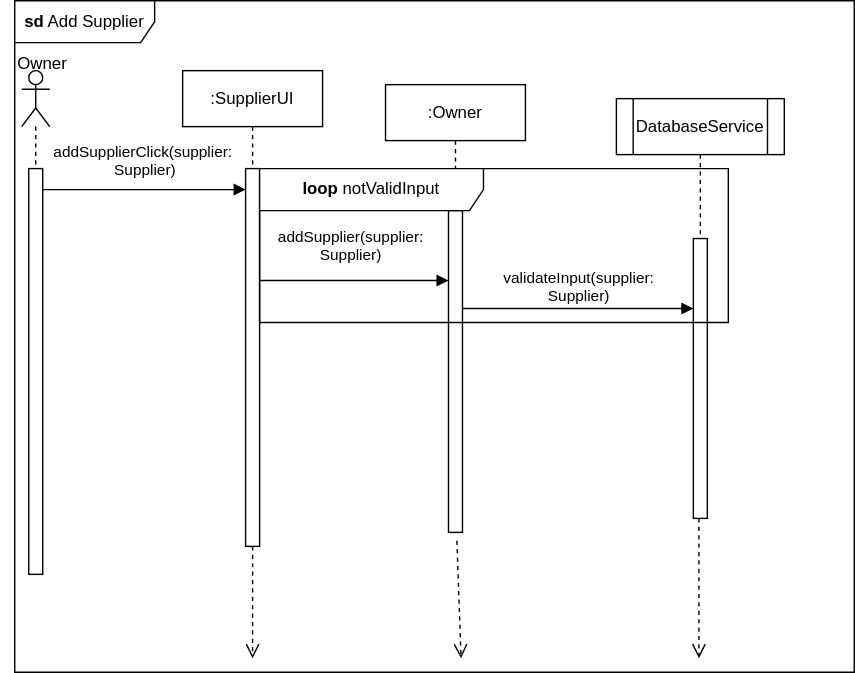
This is Add_supp.svg from Simamkele88/IFM3_GP, a draw.io export, as it was before one commit. Source tidied: cells renumbered, new cells last; positions are measured from the earlier drawing's top-left corner, leaving out a move shared by most shapes.
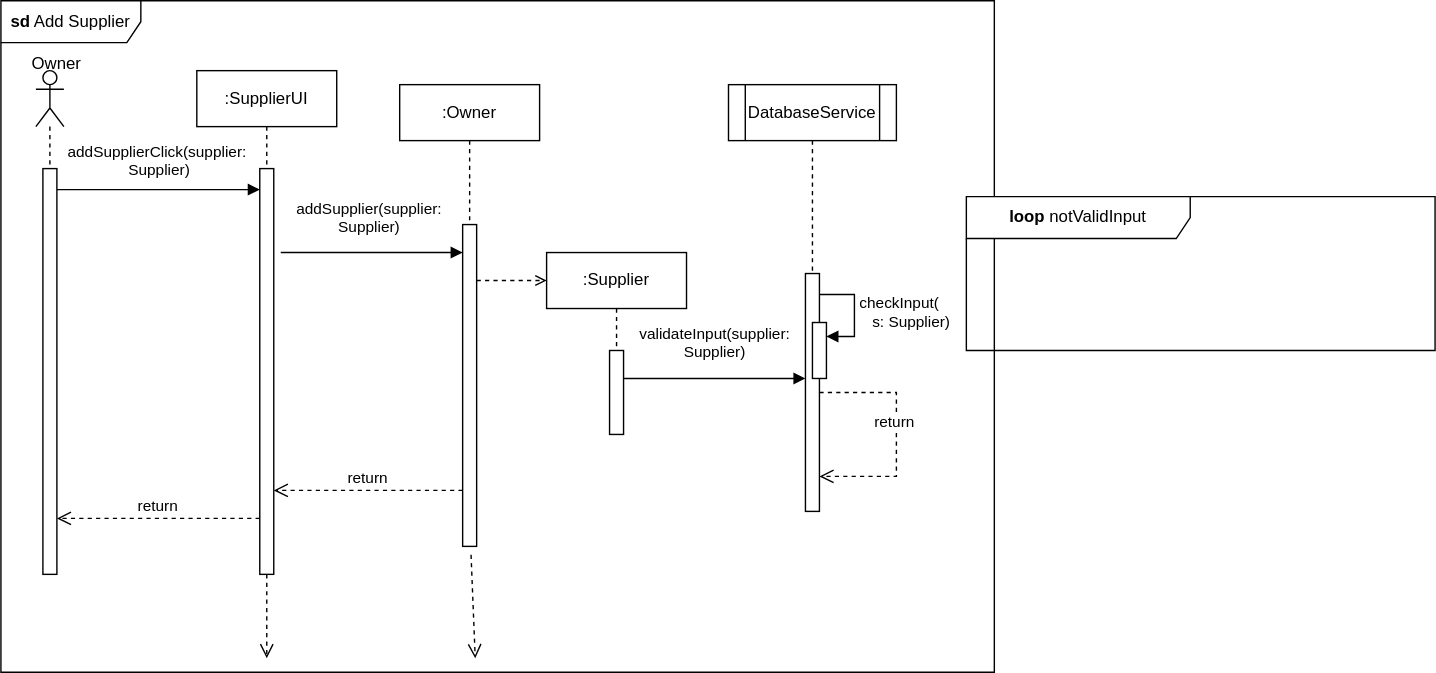
The same file after the commit.

Diff of the diagram source:
```diff
@@ -3,16 +3,16 @@
     <mxCell id="0" />
     <mxCell id="1" parent="0" />
     <mxCell id="2" value="&lt;b&gt;sd&lt;/b&gt; Add Supplier" style="shape=umlFrame;whiteSpace=wrap;html=1;width=100;height=30;" parent="1" vertex="1">
-      <mxGeometry x="10" width="600" height="480" as="geometry" />
+      <mxGeometry x="-10" width="710" height="480" as="geometry" />
     </mxCell>
     <mxCell id="3" style="shape=umlLifeline;perimeter=lifelinePerimeter;whiteSpace=wrap;html=1;newEdgeStyle={&quot;curved&quot;:0,&quot;rounded&quot;:0};participant=umlActor;" parent="1" vertex="1">
       <mxGeometry x="15" y="50" width="20" height="80" as="geometry" />
     </mxCell>
     <mxCell id="4" value=":SupplierUI" style="shape=umlLifeline;perimeter=lifelinePerimeter;whiteSpace=wrap;html=1;newEdgeStyle={&quot;curved&quot;:0,&quot;rounded&quot;:0};" parent="1" vertex="1">
-      <mxGeometry x="130" y="50" width="100" height="340" as="geometry" />
+      <mxGeometry x="130" y="50" width="100" height="360" as="geometry" />
     </mxCell>
     <mxCell id="5" style="html=1;points=[[0,0,0,0,5],[0,1,0,0,-5],[1,0,0,0,5],[1,1,0,0,-5]];perimeter=orthogonalPerimeter;outlineConnect=0;targetShapes=umlLifeline;portConstraint=eastwest;newEdgeStyle={&quot;curved&quot;:0,&quot;rounded&quot;:0};" parent="4" vertex="1">
-      <mxGeometry x="45" y="70" width="10" height="270" as="geometry" />
+      <mxGeometry x="45" y="70" width="10" height="290" as="geometry" />
     </mxCell>
     <mxCell id="6" style="html=1;points=[[0,0,0,0,5],[0,1,0,0,-5],[1,0,0,0,5],[1,1,0,0,-5]];perimeter=orthogonalPerimeter;outlineConnect=0;targetShapes=umlLifeline;portConstraint=eastwest;newEdgeStyle={&quot;curved&quot;:0,&quot;rounded&quot;:0};" parent="1" vertex="1">
       <mxGeometry x="20" y="120" width="10" height="290" as="geometry" />
@@ -25,16 +25,16 @@
       </mxGeometry>
     </mxCell>
     <mxCell id="8" value=":Owner" style="shape=umlLifeline;perimeter=lifelinePerimeter;whiteSpace=wrap;html=1;newEdgeStyle={&quot;curved&quot;:0,&quot;rounded&quot;:0};" parent="1" vertex="1">
-      <mxGeometry x="275" y="60" width="100" height="100" as="geometry" />
+      <mxGeometry x="275" y="60" width="100" height="120" as="geometry" />
     </mxCell>
     <mxCell id="9" style="html=1;points=[[0,0,0,0,5],[0,1,0,0,-5],[1,0,0,0,5],[1,1,0,0,-5]];perimeter=orthogonalPerimeter;outlineConnect=0;targetShapes=umlLifeline;portConstraint=eastwest;newEdgeStyle={&quot;curved&quot;:0,&quot;rounded&quot;:0};" parent="1" vertex="1">
-      <mxGeometry x="320" y="150" width="10" height="230" as="geometry" />
+      <mxGeometry x="320" y="160" width="10" height="230" as="geometry" />
     </mxCell>
     <mxCell id="10" value="DatabaseService" style="shape=process;whiteSpace=wrap;html=1;backgroundOutline=1;" parent="1" vertex="1">
-      <mxGeometry x="440" y="70" width="120" height="40" as="geometry" />
+      <mxGeometry x="510" y="60" width="120" height="40" as="geometry" />
     </mxCell>
     <mxCell id="11" style="html=1;points=[[0,0,0,0,5],[0,1,0,0,-5],[1,0,0,0,5],[1,1,0,0,-5]];perimeter=orthogonalPerimeter;outlineConnect=0;targetShapes=umlLifeline;portConstraint=eastwest;newEdgeStyle={&quot;curved&quot;:0,&quot;rounded&quot;:0};" parent="1" vertex="1">
-      <mxGeometry x="495" y="170" width="10" height="200" as="geometry" />
+      <mxGeometry x="565" y="195" width="10" height="170" as="geometry" />
     </mxCell>
     <mxCell id="12" style="html=1;verticalAlign=bottom;endArrow=none;dashed=1;endSize=8;curved=0;rounded=0;startFill=0;exitX=0.5;exitY=1;exitDx=0;exitDy=0;" parent="1" edge="1" source="10" target="11">
       <mxGeometry relative="1" as="geometry" />
@@ -49,29 +49,64 @@
         <mxPoint x="329" y="470" as="targetPoint" />
       </mxGeometry>
     </mxCell>
-    <mxCell id="15" style="html=1;verticalAlign=bottom;endArrow=open;dashed=1;endSize=8;curved=0;rounded=0;" parent="1" edge="1">
+    <mxCell id="15" value="return&amp;nbsp;" style="html=1;verticalAlign=bottom;endArrow=open;dashed=1;endSize=8;rounded=0;edgeStyle=orthogonalEdgeStyle;" parent="1" edge="1" source="11" target="11">
       <mxGeometry relative="1" as="geometry">
-        <mxPoint x="499" y="370" as="sourcePoint" />
-        <mxPoint x="499" y="470" as="targetPoint" />
+        <Array as="points">
+          <mxPoint x="630" y="280" />
+          <mxPoint x="630" y="340" />
+        </Array>
       </mxGeometry>
     </mxCell>
     <mxCell id="16" value="Owner" style="text;html=1;align=center;verticalAlign=middle;whiteSpace=wrap;rounded=0;" parent="1" vertex="1">
       <mxGeometry y="30" width="60" height="30" as="geometry" />
     </mxCell>
     <mxCell id="17" value="&lt;b&gt;loop&lt;/b&gt; notValidInput" style="shape=umlFrame;whiteSpace=wrap;html=1;width=160;" parent="1" vertex="1">
-      <mxGeometry x="185" y="120" width="335" height="110" as="geometry" />
+      <mxGeometry x="680" y="140" width="335" height="110" as="geometry" />
     </mxCell>
+    <mxCell id="20" value="return" style="html=1;verticalAlign=bottom;endArrow=open;dashed=1;endSize=8;curved=0;rounded=0;" parent="1" edge="1" target="5">
+      <mxGeometry relative="1" as="geometry">
+        <mxPoint x="320" y="350" as="sourcePoint" />
+      </mxGeometry>
+    </mxCell>
+    <mxCell id="21" value="return" style="html=1;verticalAlign=bottom;endArrow=open;dashed=1;endSize=8;curved=0;rounded=0;" parent="1" edge="1">
+      <mxGeometry relative="1" as="geometry">
+        <mxPoint x="175" y="370" as="sourcePoint" />
+        <mxPoint x="30" y="370" as="targetPoint" />
+      </mxGeometry>
+    </mxCell>
+    <mxCell id="22" style="html=1;points=[[0,0,0,0,5],[0,1,0,0,-5],[1,0,0,0,5],[1,1,0,0,-5]];perimeter=orthogonalPerimeter;outlineConnect=0;targetShapes=umlLifeline;portConstraint=eastwest;newEdgeStyle={&quot;curved&quot;:0,&quot;rounded&quot;:0};" parent="1" vertex="1">
+      <mxGeometry x="570" y="230" width="10" height="40" as="geometry" />
+    </mxCell>
+    <mxCell id="23" value="checkInput(&lt;div&gt;&amp;nbsp; &amp;nbsp;s: Supplier)&lt;/div&gt;" style="html=1;align=left;spacingLeft=2;endArrow=block;rounded=0;edgeStyle=orthogonalEdgeStyle;curved=0;rounded=0;" parent="1" edge="1" source="11" target="22">
+      <mxGeometry relative="1" as="geometry">
+        <Array as="points">
+          <mxPoint x="600" y="210" />
+          <mxPoint x="600" y="240" />
+        </Array>
+      </mxGeometry>
+    </mxCell>
+    <mxCell id="24" value=":Supplier" style="shape=umlLifeline;perimeter=lifelinePerimeter;whiteSpace=wrap;html=1;newEdgeStyle={&quot;curved&quot;:0,&quot;rounded&quot;:0};" parent="1" vertex="1">
+      <mxGeometry x="380" y="180" width="100" height="70" as="geometry" />
+    </mxCell>
+    <mxCell id="25" style="html=1;verticalAlign=bottom;labelBackgroundColor=none;endArrow=open;endFill=0;dashed=1;rounded=0;" parent="1" edge="1">
+      <mxGeometry relative="1" as="geometry">
+        <mxPoint x="330" y="200" as="sourcePoint" />
+        <mxPoint x="380" y="200" as="targetPoint" />
+      </mxGeometry>
+    </mxCell>
+    <mxCell id="26" style="html=1;perimeter=orthogonalPerimeter;targetShapes=umlLifeline;newEdgeStyle={&quot;curved&quot;:0,&quot;rounded&quot;:0};" parent="1" vertex="1">
+      <mxGeometry x="425" y="250" width="10" height="60" as="geometry" />
+    </mxCell>
-    <mxCell id="18" value="addSupplier(supplier:&lt;div&gt;Supplier)&lt;/div&gt;" style="html=1;verticalAlign=bottom;endArrow=block;curved=0;rounded=0;" parent="17" edge="1">
+    <mxCell id="18" value="addSupplier(supplier:&lt;div&gt;Supplier)&lt;/div&gt;" style="html=1;verticalAlign=bottom;endArrow=block;curved=0;rounded=0;" parent="1" edge="1">
       <mxGeometry x="-0.04" y="10" relative="1" as="geometry">
-        <mxPoint y="80" as="sourcePoint" />
-        <mxPoint x="135" y="80" as="targetPoint" />
+        <mxPoint x="190" y="180" as="sourcePoint" />
+        <mxPoint x="320" y="180" as="targetPoint" />
         <mxPoint y="1" as="offset" />
       </mxGeometry>
     </mxCell>
-    <mxCell id="19" value="validateInput(supplier:&lt;div&gt;Supplier)&lt;/div&gt;" style="html=1;verticalAlign=bottom;endArrow=block;curved=0;rounded=0;" parent="17" edge="1">
-      <mxGeometry relative="1" as="geometry">
-        <mxPoint x="145" y="100" as="sourcePoint" />
-        <mxPoint x="310" y="100" as="targetPoint" />
+    <mxCell id="19" value="validateInput(supplier:&lt;div&gt;Supplier)&lt;/div&gt;" style="html=1;verticalAlign=bottom;endArrow=block;curved=0;rounded=0;" parent="1" edge="1" target="11">
+      <mxGeometry y="10" relative="1" as="geometry">
+        <mxPoint x="435" y="270" as="sourcePoint" />
       </mxGeometry>
     </mxCell>
   </root>
```
